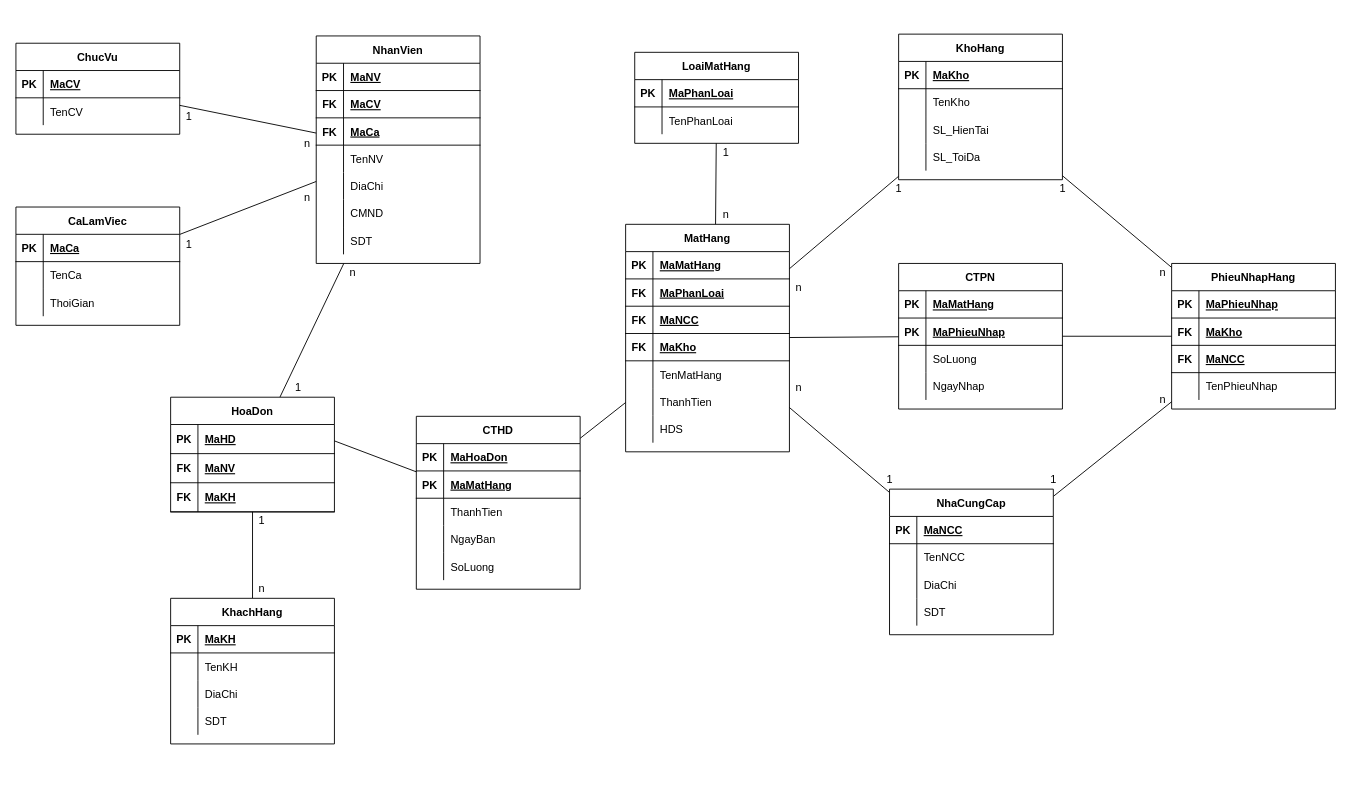
The draw.io diagram docs/ERD_Table.drawio in EdgarIgnite16/Mini-Store-Manager, before the edit. Source tidied: cells renumbered, new cells numbered last; positions are measured from the earlier drawing's top-left corner, leaving out a move shared by most shapes. Both pictures are drawn from the tidied source at 91%, with x=0, y=0 at pixel (15, 15).
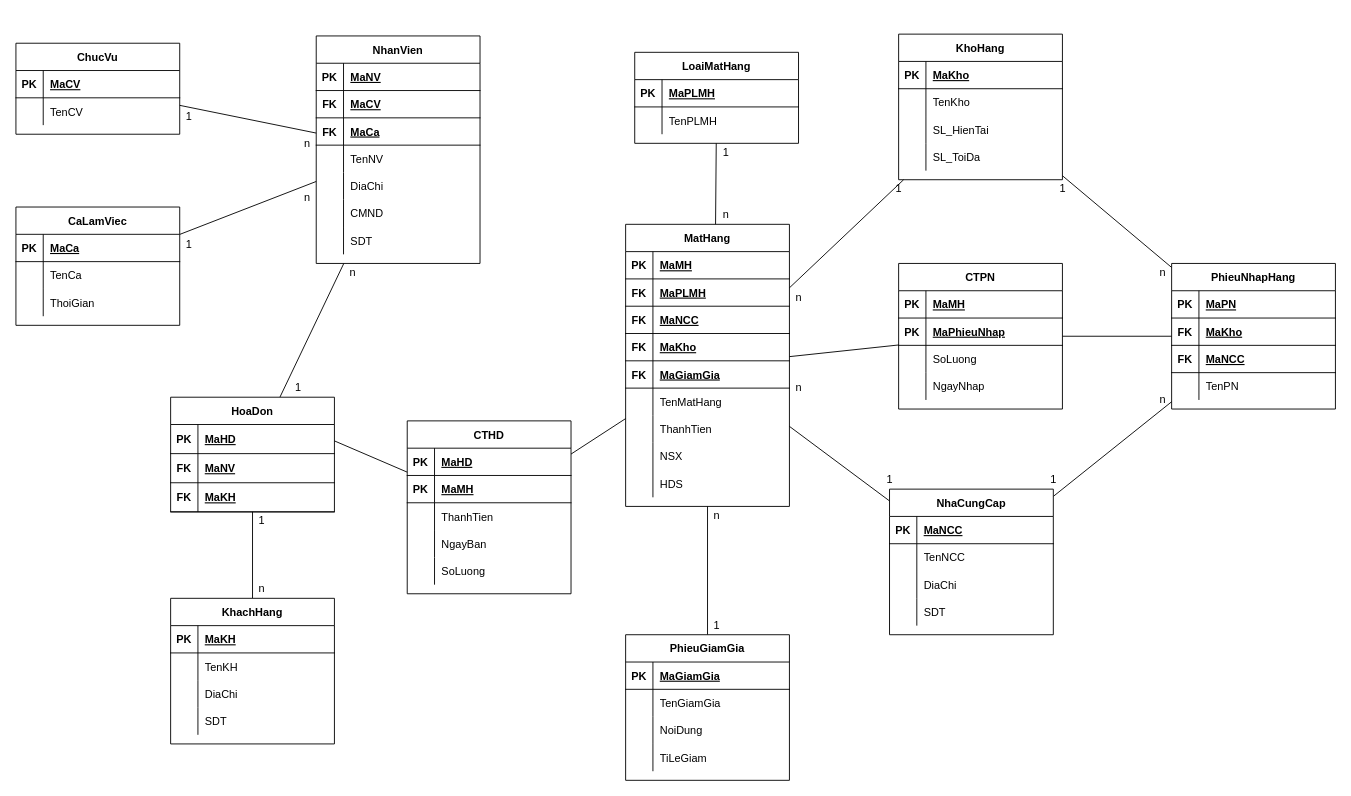
The same diagram, later.

Unchanged cells that the change refers to:
```xml
<mxCell id="100" style="shape=tableRow;horizontal=0;startSize=0;swimlaneHead=0;swimlaneBody=0;fillColor=none;top=0;left=0;right=0;bottom=1;strokeColor=default;" parent="99" vertex="1">
  <mxGeometry y="30" width="180" height="30" as="geometry" />
</mxCell>
<mxCell id="103" style="shape=tableRow;horizontal=0;startSize=0;swimlaneHead=0;swimlaneBody=0;fillColor=none;top=0;left=0;right=0;bottom=1;strokeColor=default;" parent="99" vertex="1">
  <mxGeometry y="60" width="180" height="30" as="geometry" />
</mxCell>
<mxCell id="116" style="shape=tableRow;horizontal=0;startSize=0;swimlaneHead=0;swimlaneBody=0;fillColor=none;top=0;left=0;right=0;bottom=1;strokeColor=default;" parent="115" vertex="1">
  <mxGeometry y="30" width="180" height="30" as="geometry" />
</mxCell>
<mxCell id="119" style="shape=tableRow;horizontal=0;startSize=0;swimlaneHead=0;swimlaneBody=0;fillColor=none;top=0;left=0;right=0;bottom=0;strokeColor=default;" parent="115" vertex="1">
  <mxGeometry y="60" width="180" height="30" as="geometry" />
</mxCell>
<mxCell id="123" style="shape=tableRow;horizontal=0;startSize=0;swimlaneHead=0;swimlaneBody=0;fillColor=none;top=0;left=0;right=0;bottom=1;strokeColor=default;" parent="122" vertex="1">
  <mxGeometry y="30" width="180" height="30" as="geometry" />
</mxCell>
<mxCell id="126" style="shape=tableRow;horizontal=0;startSize=0;swimlaneHead=0;swimlaneBody=0;fillColor=none;top=0;left=0;right=0;bottom=1;strokeColor=default;" parent="122" vertex="1">
  <mxGeometry y="60" width="180" height="30" as="geometry" />
</mxCell>
<mxCell id="171" style="shape=tableRow;horizontal=0;startSize=0;swimlaneHead=0;swimlaneBody=0;fillColor=none;top=0;left=0;right=0;bottom=1;strokeColor=default;" parent="170" vertex="1">
  <mxGeometry y="30" width="180" height="30" as="geometry" />
</mxCell>
<mxCell id="180" style="shape=tableRow;horizontal=0;startSize=0;swimlaneHead=0;swimlaneBody=0;fillColor=none;top=0;left=0;right=0;bottom=0;strokeColor=default;" parent="170" vertex="1">
  <mxGeometry y="120" width="180" height="30" as="geometry" />
</mxCell>
<mxCell id="184" style="shape=tableRow;horizontal=0;startSize=0;swimlaneHead=0;swimlaneBody=0;fillColor=none;top=0;left=0;right=0;bottom=1;" parent="183" vertex="1">
  <mxGeometry y="30" width="180" height="30" as="geometry" />
</mxCell>
```

The edit, as a diff of the source:
```diff
@@
     <mxCell id="28" value="n" style="text;html=1;align=center;verticalAlign=middle;strokeColor=none;fillColor=none;" parent="1" vertex="1">
-      <mxGeometry x="850" y="289" width="20" height="20" as="geometry" />
+      <mxGeometry x="850" y="300" width="20" height="20" as="geometry" />
     </mxCell>
@@
     <mxCell id="99" value="CTHD" style="shape=table;startSize=30;childLayout=tableLayout;rowLines=0;fontStyle=1;align=center;strokeColor=default;" parent="1" vertex="1">
-      <mxGeometry x="440" y="440" width="180" height="190" as="geometry" />
+      <mxGeometry x="430" y="445" width="180" height="190" as="geometry" />
     </mxCell>
@@
-    <mxCell id="102" value="MaHoaDon" style="shape=partialRectangle;fillColor=none;top=0;left=0;bottom=0;right=0;align=left;spacingLeft=6;fontStyle=5;overflow=hidden;strokeColor=default;" parent="100" vertex="1">
+    <mxCell id="102" value="MaHD" style="shape=partialRectangle;fillColor=none;top=0;left=0;bottom=0;right=0;align=left;spacingLeft=6;fontStyle=5;overflow=hidden;strokeColor=default;" parent="100" vertex="1">
       <mxGeometry x="30" width="150" height="30" as="geometry" />
     </mxCell>
@@
-    <mxCell id="105" value="MaMatHang" style="shape=partialRectangle;fillColor=none;top=0;left=0;bottom=0;right=0;align=left;spacingLeft=6;fontStyle=5;overflow=hidden;strokeColor=default;" parent="103" vertex="1">
+    <mxCell id="105" value="MaMH" style="shape=partialRectangle;fillColor=none;top=0;left=0;bottom=0;right=0;align=left;spacingLeft=6;fontStyle=5;overflow=hidden;strokeColor=default;" parent="103" vertex="1">
       <mxGeometry x="30" width="150" height="30" as="geometry" />
     </mxCell>
@@
-    <mxCell id="118" value="MaPhanLoai" style="shape=partialRectangle;fillColor=none;top=0;left=0;bottom=0;right=0;align=left;spacingLeft=6;fontStyle=5;overflow=hidden;strokeColor=default;" parent="116" vertex="1">
+    <mxCell id="118" value="MaPLMH" style="shape=partialRectangle;fillColor=none;top=0;left=0;bottom=0;right=0;align=left;spacingLeft=6;fontStyle=5;overflow=hidden;strokeColor=default;" parent="116" vertex="1">
       <mxGeometry x="30" width="150" height="30" as="geometry" />
     </mxCell>
@@
-    <mxCell id="121" value="TenPhanLoai" style="shape=partialRectangle;fillColor=none;top=0;left=0;bottom=0;right=0;align=left;spacingLeft=6;overflow=hidden;strokeColor=default;" parent="119" vertex="1">
+    <mxCell id="121" value="TenPLMH" style="shape=partialRectangle;fillColor=none;top=0;left=0;bottom=0;right=0;align=left;spacingLeft=6;overflow=hidden;strokeColor=default;" parent="119" vertex="1">
       <mxGeometry x="30" width="150" height="30" as="geometry" />
     </mxCell>
     <mxCell id="122" value="MatHang" style="shape=table;startSize=30;childLayout=tableLayout;rowLines=0;fontStyle=1;align=center;strokeColor=default;" parent="1" vertex="1">
-      <mxGeometry x="670" y="229" width="180" height="250" as="geometry" />
+      <mxGeometry x="670" y="229" width="180" height="310" as="geometry" />
     </mxCell>
@@
-    <mxCell id="125" value="MaMatHang" style="shape=partialRectangle;fillColor=none;top=0;left=0;bottom=0;right=0;align=left;spacingLeft=6;fontStyle=5;overflow=hidden;strokeColor=default;" parent="123" vertex="1">
+    <mxCell id="125" value="MaMH" style="shape=partialRectangle;fillColor=none;top=0;left=0;bottom=0;right=0;align=left;spacingLeft=6;fontStyle=5;overflow=hidden;strokeColor=default;" parent="123" vertex="1">
       <mxGeometry x="30" width="150" height="30" as="geometry" />
     </mxCell>
@@
-    <mxCell id="128" value="MaPhanLoai" style="shape=partialRectangle;fillColor=none;top=0;left=0;bottom=0;right=0;align=left;spacingLeft=6;fontStyle=5;overflow=hidden;strokeColor=default;" parent="126" vertex="1">
+    <mxCell id="128" value="MaPLMH" style="shape=partialRectangle;fillColor=none;top=0;left=0;bottom=0;right=0;align=left;spacingLeft=6;fontStyle=5;overflow=hidden;strokeColor=default;" parent="126" vertex="1">
       <mxGeometry x="30" width="150" height="30" as="geometry" />
     </mxCell>
@@
+    <mxCell id="196" style="shape=tableRow;horizontal=0;startSize=0;swimlaneHead=0;swimlaneBody=0;fillColor=none;top=0;left=0;right=0;bottom=1;strokeColor=default;" parent="122" vertex="1">
+      <mxGeometry y="150" width="180" height="30" as="geometry" />
+    </mxCell>
+    <mxCell id="197" value="FK" style="shape=partialRectangle;fillColor=none;top=0;left=0;bottom=0;right=0;fontStyle=1;overflow=hidden;strokeColor=default;" parent="196" vertex="1">
+      <mxGeometry width="30" height="30" as="geometry" />
+    </mxCell>
+    <mxCell id="198" value="MaGiamGia" style="shape=partialRectangle;fillColor=none;top=0;left=0;bottom=0;right=0;align=left;spacingLeft=6;fontStyle=5;overflow=hidden;strokeColor=default;" parent="196" vertex="1">
+      <mxGeometry x="30" width="150" height="30" as="geometry" />
+    </mxCell>
     <mxCell id="135" style="shape=tableRow;horizontal=0;startSize=0;swimlaneHead=0;swimlaneBody=0;fillColor=none;top=0;left=0;right=0;bottom=0;strokeColor=default;" parent="122" vertex="1">
-      <mxGeometry y="150" width="180" height="30" as="geometry" />
+      <mxGeometry y="180" width="180" height="30" as="geometry" />
     </mxCell>
@@
     <mxCell id="138" style="shape=tableRow;horizontal=0;startSize=0;swimlaneHead=0;swimlaneBody=0;fillColor=none;top=0;left=0;right=0;bottom=0;strokeColor=default;" parent="122" vertex="1">
-      <mxGeometry y="180" width="180" height="30" as="geometry" />
+      <mxGeometry y="210" width="180" height="30" as="geometry" />
     </mxCell>
@@
+    <mxCell id="199" style="shape=tableRow;horizontal=0;startSize=0;swimlaneHead=0;swimlaneBody=0;fillColor=none;top=0;left=0;right=0;bottom=0;strokeColor=default;" parent="122" vertex="1">
+      <mxGeometry y="240" width="180" height="30" as="geometry" />
+    </mxCell>
+    <mxCell id="200" style="shape=partialRectangle;fillColor=none;top=0;left=0;bottom=0;right=0;overflow=hidden;strokeColor=default;" parent="199" vertex="1">
+      <mxGeometry width="30" height="30" as="geometry" />
+    </mxCell>
+    <mxCell id="201" value="NSX" style="shape=partialRectangle;fillColor=none;top=0;left=0;bottom=0;right=0;align=left;spacingLeft=6;overflow=hidden;strokeColor=default;" parent="199" vertex="1">
+      <mxGeometry x="30" width="150" height="30" as="geometry" />
+    </mxCell>
     <mxCell id="141" style="shape=tableRow;horizontal=0;startSize=0;swimlaneHead=0;swimlaneBody=0;fillColor=none;top=0;left=0;right=0;bottom=0;strokeColor=default;" parent="122" vertex="1">
-      <mxGeometry y="210" width="180" height="30" as="geometry" />
+      <mxGeometry y="270" width="180" height="30" as="geometry" />
     </mxCell>
@@
-    <mxCell id="173" value="MaPhieuNhap" style="shape=partialRectangle;fillColor=none;top=0;left=0;bottom=0;right=0;align=left;spacingLeft=6;fontStyle=5;overflow=hidden;strokeColor=default;" parent="171" vertex="1">
+    <mxCell id="173" value="MaPN" style="shape=partialRectangle;fillColor=none;top=0;left=0;bottom=0;right=0;align=left;spacingLeft=6;fontStyle=5;overflow=hidden;strokeColor=default;" parent="171" vertex="1">
       <mxGeometry x="30" width="150" height="30" as="geometry" />
     </mxCell>
@@
-    <mxCell id="182" value="TenPhieuNhap" style="shape=partialRectangle;fillColor=none;top=0;left=0;bottom=0;right=0;align=left;spacingLeft=6;overflow=hidden;strokeColor=default;" parent="180" vertex="1">
+    <mxCell id="182" value="TenPN" style="shape=partialRectangle;fillColor=none;top=0;left=0;bottom=0;right=0;align=left;spacingLeft=6;overflow=hidden;strokeColor=default;" parent="180" vertex="1">
       <mxGeometry x="30" width="150" height="30" as="geometry" />
     </mxCell>
@@
-    <mxCell id="186" value="MaMatHang" style="shape=partialRectangle;fillColor=none;top=0;left=0;bottom=0;right=0;align=left;spacingLeft=6;fontStyle=5;overflow=hidden;" parent="184" vertex="1">
+    <mxCell id="186" value="MaMH" style="shape=partialRectangle;fillColor=none;top=0;left=0;bottom=0;right=0;align=left;spacingLeft=6;fontStyle=5;overflow=hidden;" parent="184" vertex="1">
       <mxGeometry x="30" width="150" height="30" as="geometry" />
     </mxCell>
@@
+    <mxCell id="202" style="rounded=0;jettySize=auto;html=1;endArrow=none;endFill=0;" parent="1" edge="1" source="203" target="122">
+      <mxGeometry relative="1" as="geometry" />
+    </mxCell>
+    <mxCell id="203" value="PhieuGiamGia" style="shape=table;startSize=30;childLayout=tableLayout;rowLines=0;fontStyle=1;align=center;strokeColor=default;" parent="1" vertex="1">
+      <mxGeometry x="670" y="680" width="180" height="160" as="geometry" />
+    </mxCell>
+    <mxCell id="204" style="shape=tableRow;horizontal=0;startSize=0;swimlaneHead=0;swimlaneBody=0;fillColor=none;top=0;left=0;right=0;bottom=1;strokeColor=default;" parent="203" vertex="1">
+      <mxGeometry y="30" width="180" height="30" as="geometry" />
+    </mxCell>
+    <mxCell id="205" value="PK" style="shape=partialRectangle;fillColor=none;top=0;left=0;bottom=0;right=0;fontStyle=1;overflow=hidden;strokeColor=default;" parent="204" vertex="1">
+      <mxGeometry width="30" height="30" as="geometry" />
+    </mxCell>
+    <mxCell id="206" value="MaGiamGia" style="shape=partialRectangle;fillColor=none;top=0;left=0;bottom=0;right=0;align=left;spacingLeft=6;fontStyle=5;overflow=hidden;strokeColor=default;" parent="204" vertex="1">
+      <mxGeometry x="30" width="150" height="30" as="geometry" />
+    </mxCell>
+    <mxCell id="207" style="shape=tableRow;horizontal=0;startSize=0;swimlaneHead=0;swimlaneBody=0;fillColor=none;top=0;left=0;right=0;bottom=0;strokeColor=default;" parent="203" vertex="1">
+      <mxGeometry y="60" width="180" height="30" as="geometry" />
+    </mxCell>
+    <mxCell id="208" style="shape=partialRectangle;fillColor=none;top=0;left=0;bottom=0;right=0;overflow=hidden;strokeColor=default;" parent="207" vertex="1">
+      <mxGeometry width="30" height="30" as="geometry" />
+    </mxCell>
+    <mxCell id="209" value="TenGiamGia" style="shape=partialRectangle;fillColor=none;top=0;left=0;bottom=0;right=0;align=left;spacingLeft=6;overflow=hidden;strokeColor=default;" parent="207" vertex="1">
+      <mxGeometry x="30" width="150" height="30" as="geometry" />
+    </mxCell>
+    <mxCell id="210" style="shape=tableRow;horizontal=0;startSize=0;swimlaneHead=0;swimlaneBody=0;fillColor=none;top=0;left=0;right=0;bottom=0;strokeColor=default;" parent="203" vertex="1">
+      <mxGeometry y="90" width="180" height="30" as="geometry" />
+    </mxCell>
+    <mxCell id="211" style="shape=partialRectangle;fillColor=none;top=0;left=0;bottom=0;right=0;overflow=hidden;strokeColor=default;" parent="210" vertex="1">
+      <mxGeometry width="30" height="30" as="geometry" />
+    </mxCell>
+    <mxCell id="212" value="NoiDung" style="shape=partialRectangle;fillColor=none;top=0;left=0;bottom=0;right=0;align=left;spacingLeft=6;overflow=hidden;strokeColor=default;" parent="210" vertex="1">
+      <mxGeometry x="30" width="150" height="30" as="geometry" />
+    </mxCell>
+    <mxCell id="213" style="shape=tableRow;horizontal=0;startSize=0;swimlaneHead=0;swimlaneBody=0;fillColor=none;top=0;left=0;right=0;bottom=0;strokeColor=default;" parent="203" vertex="1">
+      <mxGeometry y="120" width="180" height="30" as="geometry" />
+    </mxCell>
+    <mxCell id="214" style="shape=partialRectangle;fillColor=none;top=0;left=0;bottom=0;right=0;overflow=hidden;strokeColor=default;" parent="213" vertex="1">
+      <mxGeometry width="30" height="30" as="geometry" />
+    </mxCell>
+    <mxCell id="215" value="TiLeGiam" style="shape=partialRectangle;fillColor=none;top=0;left=0;bottom=0;right=0;align=left;spacingLeft=6;overflow=hidden;strokeColor=default;" parent="213" vertex="1">
+      <mxGeometry x="30" width="150" height="30" as="geometry" />
+    </mxCell>
+    <mxCell id="216" value="n" style="text;html=1;align=center;verticalAlign=middle;strokeColor=none;fillColor=none;" parent="1" vertex="1">
+      <mxGeometry x="760" y="539" width="20" height="20" as="geometry" />
+    </mxCell>
+    <mxCell id="217" value="1" style="text;html=1;align=center;verticalAlign=middle;strokeColor=none;fillColor=none;" parent="1" vertex="1">
+      <mxGeometry x="760" y="660" width="20" height="20" as="geometry" />
+    </mxCell>
```
